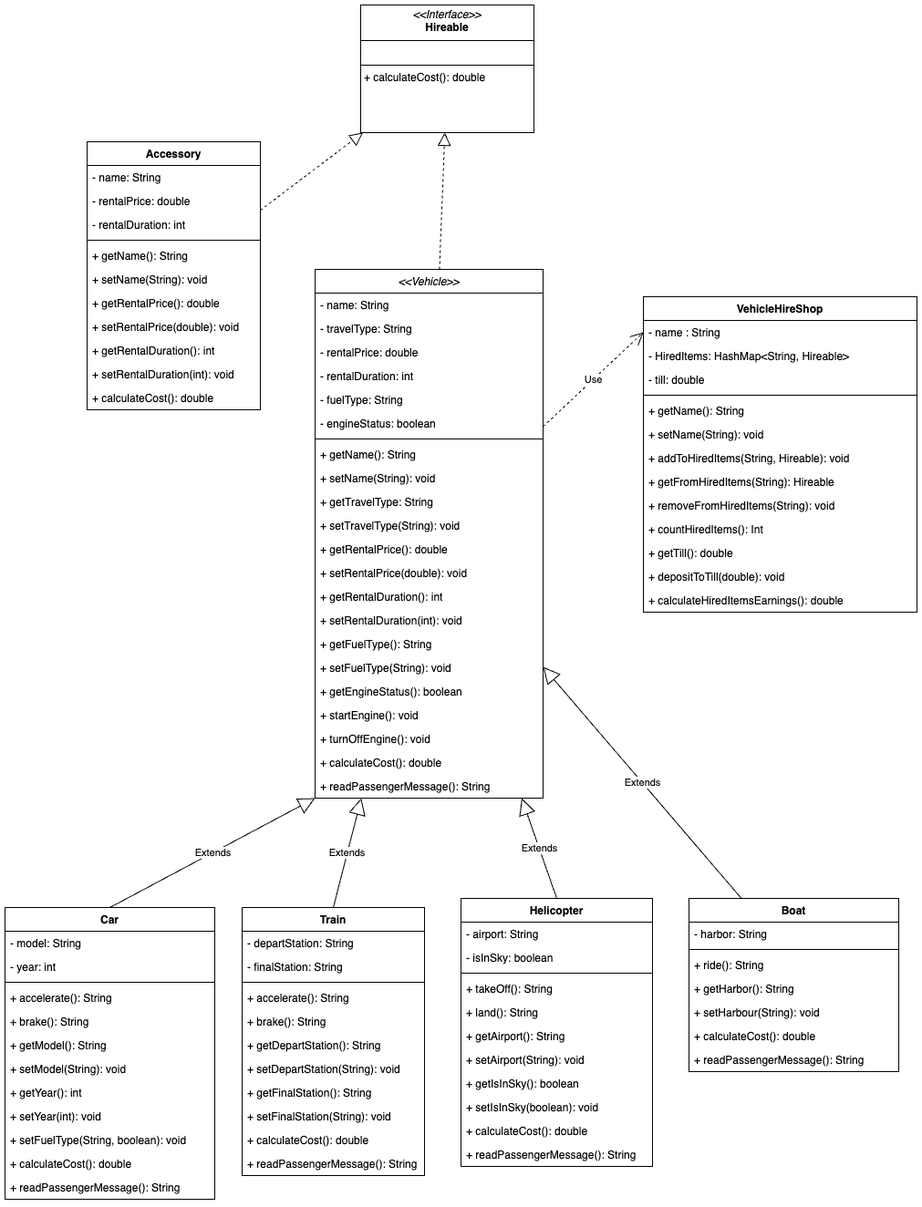
Before: labs_polymorphism_UML.png, a diagram exported from draw.io (kandelrabin/lab_polymorphism). Source tidied: cells renumbered, new cells last; positions are measured from the earlier drawing's top-left corner, leaving out a move shared by most shapes.
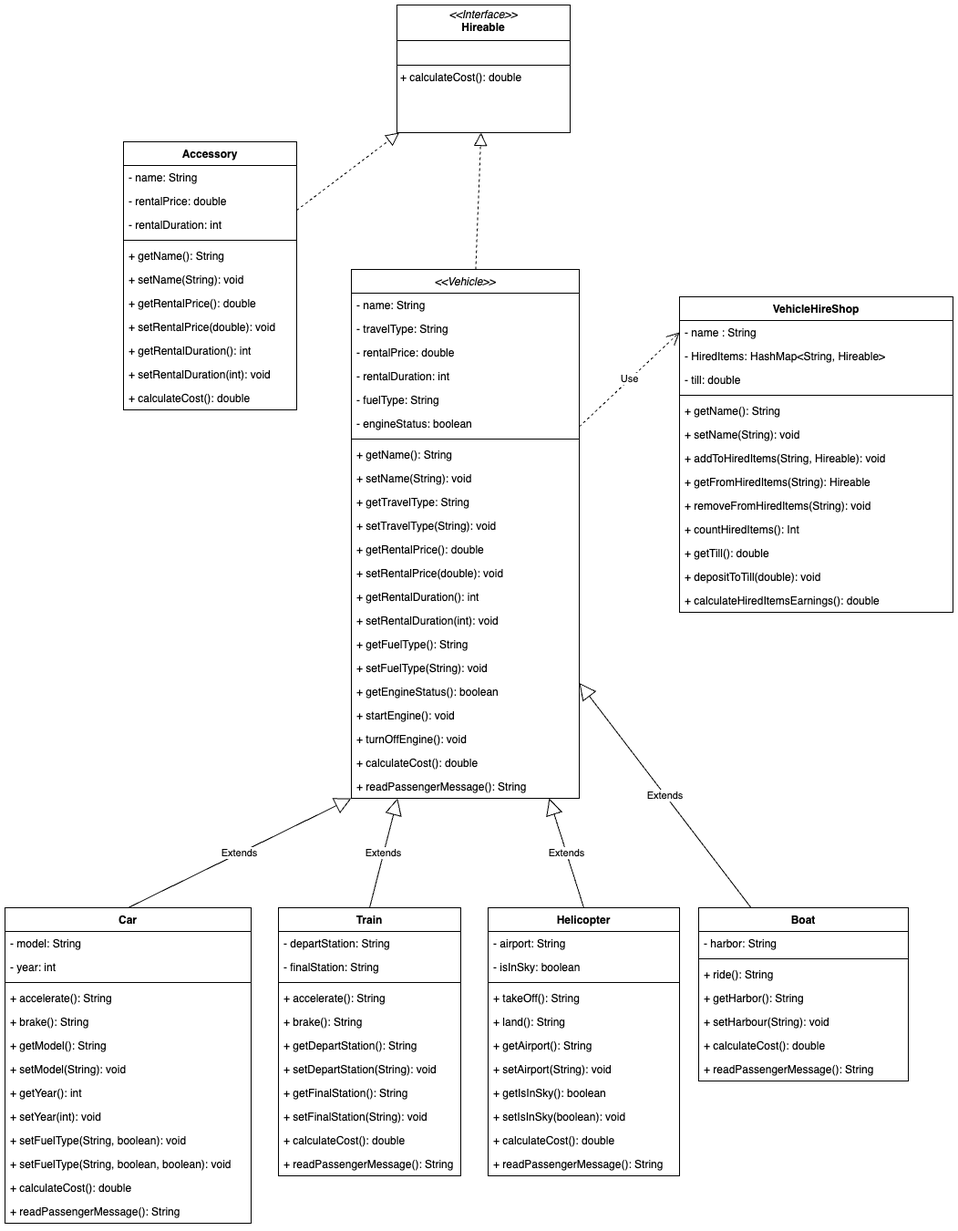
After the change.

Commit message:
Update UML Diagram

Change to the diagram source:
```diff
@@ -72,43 +72,46 @@
       <mxGeometry y="554" width="250" height="26" as="geometry" />
     </mxCell>
     <mxCell id="25" value="Car" style="swimlane;fontStyle=1;align=center;verticalAlign=top;horizontal=1;startSize=26;whiteSpace=wrap;html=1;" parent="1" vertex="1">
-      <mxGeometry y="990" width="230" height="320" as="geometry" />
+      <mxGeometry x="-40" y="990" width="270" height="346" as="geometry" />
     </mxCell>
     <mxCell id="26" value="- model: String" style="text;strokeColor=none;fillColor=none;align=left;verticalAlign=top;spacingLeft=4;spacingRight=4;overflow=hidden;whiteSpace=wrap;html=1;" parent="25" vertex="1">
-      <mxGeometry y="26" width="230" height="26" as="geometry" />
+      <mxGeometry y="26" width="270" height="26" as="geometry" />
     </mxCell>
     <mxCell id="27" value="- year: int" style="text;strokeColor=none;fillColor=none;align=left;verticalAlign=top;spacingLeft=4;spacingRight=4;overflow=hidden;whiteSpace=wrap;html=1;" parent="25" vertex="1">
-      <mxGeometry y="52" width="230" height="26" as="geometry" />
+      <mxGeometry y="52" width="270" height="26" as="geometry" />
     </mxCell>
     <mxCell id="28" style="line;strokeWidth=1;fillColor=none;align=left;verticalAlign=middle;spacingTop=-1;spacingLeft=3;spacingRight=3;labelPosition=right;strokeColor=inherit;" parent="25" vertex="1">
-      <mxGeometry y="78" width="230" height="8" as="geometry" />
+      <mxGeometry y="78" width="270" height="8" as="geometry" />
     </mxCell>
     <mxCell id="29" value="+ accelerate(): String" style="text;strokeColor=none;fillColor=none;align=left;verticalAlign=top;spacingLeft=4;spacingRight=4;overflow=hidden;whiteSpace=wrap;html=1;" parent="25" vertex="1">
-      <mxGeometry y="86" width="230" height="26" as="geometry" />
+      <mxGeometry y="86" width="270" height="26" as="geometry" />
     </mxCell>
     <mxCell id="30" value="+ brake(): String" style="text;strokeColor=none;fillColor=none;align=left;verticalAlign=top;spacingLeft=4;spacingRight=4;overflow=hidden;whiteSpace=wrap;html=1;" parent="25" vertex="1">
-      <mxGeometry y="112" width="230" height="26" as="geometry" />
+      <mxGeometry y="112" width="270" height="26" as="geometry" />
     </mxCell>
     <mxCell id="31" value="+ getModel(): String" style="text;strokeColor=none;fillColor=none;align=left;verticalAlign=top;spacingLeft=4;spacingRight=4;overflow=hidden;whiteSpace=wrap;html=1;" parent="25" vertex="1">
-      <mxGeometry y="138" width="230" height="26" as="geometry" />
+      <mxGeometry y="138" width="270" height="26" as="geometry" />
     </mxCell>
     <mxCell id="32" value="+ setModel(String): void" style="text;strokeColor=none;fillColor=none;align=left;verticalAlign=top;spacingLeft=4;spacingRight=4;overflow=hidden;whiteSpace=wrap;html=1;" parent="25" vertex="1">
-      <mxGeometry y="164" width="230" height="26" as="geometry" />
+      <mxGeometry y="164" width="270" height="26" as="geometry" />
     </mxCell>
     <mxCell id="33" value="+ getYear(): int" style="text;strokeColor=none;fillColor=none;align=left;verticalAlign=top;spacingLeft=4;spacingRight=4;overflow=hidden;whiteSpace=wrap;html=1;" parent="25" vertex="1">
-      <mxGeometry y="190" width="230" height="26" as="geometry" />
+      <mxGeometry y="190" width="270" height="26" as="geometry" />
     </mxCell>
     <mxCell id="34" value="+ setYear(int): void" style="text;strokeColor=none;fillColor=none;align=left;verticalAlign=top;spacingLeft=4;spacingRight=4;overflow=hidden;whiteSpace=wrap;html=1;" parent="25" vertex="1">
-      <mxGeometry y="216" width="230" height="26" as="geometry" />
+      <mxGeometry y="216" width="270" height="26" as="geometry" />
     </mxCell>
     <mxCell id="35" value="+ setFuelType(String, boolean): void" style="text;strokeColor=none;fillColor=none;align=left;verticalAlign=top;spacingLeft=4;spacingRight=4;overflow=hidden;whiteSpace=wrap;html=1;" parent="25" vertex="1">
-      <mxGeometry y="242" width="230" height="26" as="geometry" />
+      <mxGeometry y="242" width="270" height="26" as="geometry" />
     </mxCell>
+    <mxCell id="104" value="+ setFuelType(String, boolean, boolean): void" style="text;strokeColor=none;fillColor=none;align=left;verticalAlign=top;spacingLeft=4;spacingRight=4;overflow=hidden;whiteSpace=wrap;html=1;" parent="25" vertex="1">
+      <mxGeometry y="268" width="270" height="26" as="geometry" />
+    </mxCell>
     <mxCell id="36" value="+ calculateCost(): double" style="text;strokeColor=none;fillColor=none;align=left;verticalAlign=top;spacingLeft=4;spacingRight=4;overflow=hidden;whiteSpace=wrap;html=1;" parent="25" vertex="1">
-      <mxGeometry y="268" width="230" height="26" as="geometry" />
+      <mxGeometry y="294" width="270" height="26" as="geometry" />
     </mxCell>
     <mxCell id="37" value="+ readPassengerMessage(): String" style="text;strokeColor=none;fillColor=none;align=left;verticalAlign=top;spacingLeft=4;spacingRight=4;overflow=hidden;whiteSpace=wrap;html=1;" parent="25" vertex="1">
-      <mxGeometry y="294" width="230" height="26" as="geometry" />
+      <mxGeometry y="320" width="270" height="26" as="geometry" />
     </mxCell>
     <mxCell id="38" value="Train" style="swimlane;fontStyle=1;align=center;verticalAlign=top;horizontal=1;startSize=26;whiteSpace=wrap;html=1;" parent="1" vertex="1">
       <mxGeometry x="260" y="990" width="200" height="294" as="geometry" />
@@ -189,7 +192,7 @@
       <mxGeometry y="320" width="300" height="26" as="geometry" />
     </mxCell>
     <mxCell id="64" value="Helicopter" style="swimlane;fontStyle=1;align=center;verticalAlign=top;horizontal=1;startSize=26;whiteSpace=wrap;html=1;" parent="1" vertex="1">
-      <mxGeometry x="500" y="980" width="210" height="294" as="geometry" />
+      <mxGeometry x="490" y="990" width="210" height="294" as="geometry" />
     </mxCell>
     <mxCell id="65" value="- airport: String" style="text;strokeColor=none;fillColor=none;align=left;verticalAlign=top;spacingLeft=4;spacingRight=4;overflow=hidden;whiteSpace=wrap;html=1;" parent="64" vertex="1">
       <mxGeometry y="26" width="210" height="26" as="geometry" />
@@ -237,7 +240,7 @@
       <mxGeometry relative="1" as="geometry" />
     </mxCell>
     <mxCell id="80" value="Boat" style="swimlane;fontStyle=1;align=center;verticalAlign=top;horizontal=1;startSize=26;whiteSpace=wrap;html=1;" parent="1" vertex="1">
-      <mxGeometry x="750" y="980" width="230" height="190" as="geometry" />
+      <mxGeometry x="721" y="990" width="230" height="190" as="geometry" />
     </mxCell>
     <mxCell id="81" value="- harbor: String" style="text;strokeColor=none;fillColor=none;align=left;verticalAlign=top;spacingLeft=4;spacingRight=4;overflow=hidden;whiteSpace=wrap;html=1;" parent="80" vertex="1">
       <mxGeometry y="26" width="230" height="26" as="geometry" />
```
